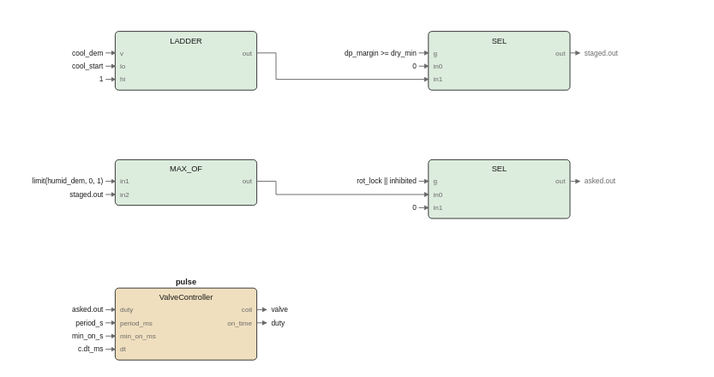
Before: images/logic/skirt_fbd.drawio.svg, a diagram exported from draw.io (pstch/botanik2). Source tidied: cells renumbered, new cells last; positions are measured from the earlier drawing's top-left corner, leaving out a move shared by most shapes.
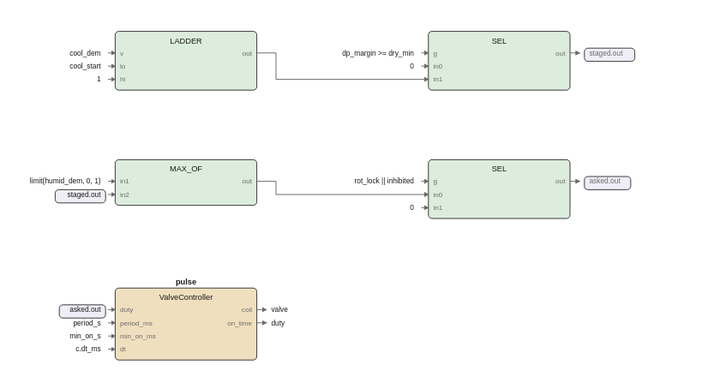
Above is the later version.

The edit, as a diff of the source:
```diff
@@ -98,178 +98,169 @@
     <mxCell id="33" value="on_time" style="text;html=1;whiteSpace=nowrap;fontSize=6;fontColor=#6b6b6b;align=right;verticalAlign=middle;" parent="1" vertex="1">
       <mxGeometry x="174.7" y="238.6" width="26.3" height="9.8" as="geometry" />
     </mxCell>
-    <mxCell id="34" style="edgeStyle=none;html=1;strokeColor=#6b6b6b;endArrow=block;" parent="1" edge="1">
+    <mxCell id="34" style="edgeStyle=none;html=1;strokeColor=#6b6b6b;endArrow=block;exitX=1;exitY=0.3;exitDx=0;exitDy=0;" parent="1" edge="1" source="25">
       <mxGeometry relative="1" as="geometry">
-        <mxPoint x="205" y="232" as="sourcePoint" />
         <mxPoint x="213" y="232" as="targetPoint" />
       </mxGeometry>
     </mxCell>
     <mxCell id="35" value="valve" style="text;html=1;whiteSpace=nowrap;fontSize=6;fontColor=#1a1a1a;align=left;verticalAlign=middle;" parent="1" vertex="1">
       <mxGeometry x="217" y="227.5" width="20.5" height="10" as="geometry" />
     </mxCell>
-    <mxCell id="36" style="edgeStyle=none;html=1;strokeColor=#6b6b6b;endArrow=block;" parent="1" edge="1">
+    <mxCell id="36" style="edgeStyle=none;html=1;strokeColor=#6b6b6b;endArrow=block;exitX=1;exitY=0.4833;exitDx=0;exitDy=0;" parent="1" edge="1" source="25">
       <mxGeometry relative="1" as="geometry">
-        <mxPoint x="205" y="243" as="sourcePoint" />
         <mxPoint x="213" y="243" as="targetPoint" />
       </mxGeometry>
     </mxCell>
     <mxCell id="37" value="duty" style="text;html=1;whiteSpace=nowrap;fontSize=6;fontColor=#1a1a1a;align=left;verticalAlign=middle;" parent="1" vertex="1">
       <mxGeometry x="217" y="238.5" width="20" height="10" as="geometry" />
     </mxCell>
-    <mxCell id="38" style="edgeStyle=none;html=1;strokeColor=#6b6b6b;endArrow=block;" parent="1" edge="1">
+    <mxCell id="38" style="edgeStyle=none;html=1;strokeColor=#6b6b6b;endArrow=block;exitX=1;exitY=0.3673;exitDx=0;exitDy=0;" parent="1" edge="1" source="19">
       <mxGeometry relative="1" as="geometry">
-        <mxPoint x="466" y="125" as="sourcePoint" />
         <mxPoint x="474" y="125" as="targetPoint" />
       </mxGeometry>
     </mxCell>
-    <mxCell id="39" value="asked.out" style="text;html=1;whiteSpace=nowrap;fontSize=6;fontColor=#6b6b6b;align=left;verticalAlign=middle;" parent="1" vertex="1">
-      <mxGeometry x="478" y="120.5" width="33.7" height="10" as="geometry" />
+    <mxCell id="39" style="rounded=1;fillColor=#efeef6;strokeColor=#1a1a1a;whiteSpace=wrap;html=1;fontSize=8;" parent="1" vertex="1">
+      <mxGeometry x="478" y="121" width="38.6" height="11" as="geometry" />
     </mxCell>
-    <mxCell id="40" style="edgeStyle=none;html=1;strokeColor=#6b6b6b;endArrow=block;" parent="1" edge="1">
-      <mxGeometry relative="1" as="geometry">
-        <mxPoint x="466" y="18" as="sourcePoint" />
-        <mxPoint x="474" y="18" as="targetPoint" />
-      </mxGeometry>
-    </mxCell>
+    <mxCell id="62" value="asked.out" style="text;html=1;whiteSpace=nowrap;fontSize=6;fontColor=#6b6b6b;align=left;verticalAlign=middle;" parent="1" vertex="1">
+      <mxGeometry x="482" y="120.5" width="33.7" height="10" as="geometry" />
+    </mxCell>
+    <mxCell id="70" style="edgeStyle=none;html=1;strokeColor=#6b6b6b;endArrow=block;exitX=1;exitY=0.3673;exitDx=0;exitDy=0;" parent="1" edge="1" source="8">
+      <mxGeometry relative="1" as="geometry">
+        <mxPoint x="474" y="18" as="targetPoint" />
+      </mxGeometry>
+    </mxCell>
+    <mxCell id="71" style="rounded=1;fillColor=#efeef6;strokeColor=#1a1a1a;whiteSpace=wrap;html=1;fontSize=8;" parent="1" vertex="1">
+      <mxGeometry x="478" y="14" width="42" height="11" as="geometry" />
+    </mxCell>
     <mxCell id="41" value="staged.out" style="text;html=1;whiteSpace=nowrap;fontSize=6;fontColor=#6b6b6b;align=left;verticalAlign=middle;" parent="1" vertex="1">
-      <mxGeometry x="478" y="13.5" width="37" height="10" as="geometry" />
+      <mxGeometry x="482" y="13.5" width="37" height="10" as="geometry" />
     </mxCell>
-    <mxCell id="42" style="edgeStyle=none;html=1;strokeColor=#6b6b6b;endArrow=block;" parent="1" edge="1">
-      <mxGeometry relative="1" as="geometry">
-        <mxPoint x="205" y="18" as="sourcePoint" />
-        <mxPoint x="348" y="40" as="targetPoint" />
-        <Array as="points">
-          <mxPoint x="221" y="18" />
-          <mxPoint x="221" y="40" />
-        </Array>
-      </mxGeometry>
-    </mxCell>
-    <mxCell id="43" style="edgeStyle=none;html=1;strokeColor=#6b6b6b;endArrow=block;" parent="1" edge="1">
-      <mxGeometry relative="1" as="geometry">
-        <mxPoint x="205" y="125" as="sourcePoint" />
-        <mxPoint x="348" y="136" as="targetPoint" />
-        <Array as="points">
-          <mxPoint x="221" y="125" />
-          <mxPoint x="221" y="136" />
-        </Array>
-      </mxGeometry>
-    </mxCell>
-    <mxCell id="44" value="cool_dem" style="text;html=1;whiteSpace=nowrap;fontSize=6;fontColor=#1a1a1a;align=right;verticalAlign=middle;" parent="1" vertex="1">
-      <mxGeometry x="46.6" y="13.5" width="30.4" height="10" as="geometry" />
-    </mxCell>
+    <mxCell id="72" style="edgeStyle=none;html=1;strokeColor=#6b6b6b;endArrow=block;exitX=1;exitY=0.3673;exitDx=0;exitDy=0;entryX=0;entryY=0.8163;entryDx=0;entryDy=0;" parent="1" edge="1" source="2" target="8">
+      <mxGeometry relative="1" as="geometry">
+        <Array as="points">
+          <mxPoint x="221" y="18" />
+          <mxPoint x="221" y="40" />
+        </Array>
+      </mxGeometry>
+    </mxCell>
-    <mxCell id="45" style="edgeStyle=none;html=1;strokeColor=#6b6b6b;endArrow=block;" parent="1" edge="1">
+    <mxCell id="45" style="edgeStyle=none;html=1;strokeColor=#6b6b6b;endArrow=block;exitX=1;exitY=0.4737;exitDx=0;exitDy=0;entryX=0;entryY=0.5918;entryDx=0;entryDy=0;" parent="1" edge="1" source="14" target="19">
       <mxGeometry relative="1" as="geometry">
-        <mxPoint x="79" y="18" as="sourcePoint" />
-        <mxPoint x="87" y="18" as="targetPoint" />
+        <Array as="points">
+          <mxPoint x="221" y="125" />
+          <mxPoint x="221" y="136" />
+        </Array>
       </mxGeometry>
     </mxCell>
-    <mxCell id="46" value="cool_start" style="text;html=1;whiteSpace=nowrap;fontSize=6;fontColor=#1a1a1a;align=right;verticalAlign=middle;" parent="1" vertex="1">
-      <mxGeometry x="40" y="24.5" width="37" height="10" as="geometry" />
+    <mxCell id="46" value="cool_dem" style="text;html=1;whiteSpace=nowrap;fontSize=6;fontColor=#1a1a1a;align=right;verticalAlign=middle;" parent="1" vertex="1">
+      <mxGeometry x="44.6" y="13.5" width="30.4" height="10" as="geometry" />
     </mxCell>
-    <mxCell id="47" style="edgeStyle=none;html=1;strokeColor=#6b6b6b;endArrow=block;" parent="1" edge="1">
+    <mxCell id="47" style="edgeStyle=none;html=1;strokeColor=#6b6b6b;endArrow=block;entryX=0;entryY=0.3673;entryDx=0;entryDy=0;" parent="1" edge="1" target="2">
       <mxGeometry relative="1" as="geometry">
-        <mxPoint x="79" y="29" as="sourcePoint" />
-        <mxPoint x="87" y="29" as="targetPoint" />
+        <mxPoint x="81" y="18" as="sourcePoint" />
       </mxGeometry>
     </mxCell>
-    <mxCell id="48" value="1" style="text;html=1;whiteSpace=nowrap;fontSize=6;fontColor=#1a1a1a;align=right;verticalAlign=middle;" parent="1" vertex="1">
-      <mxGeometry x="57" y="35.5" width="20" height="10" as="geometry" />
+    <mxCell id="48" value="cool_start" style="text;html=1;whiteSpace=nowrap;fontSize=6;fontColor=#1a1a1a;align=right;verticalAlign=middle;" parent="1" vertex="1">
+      <mxGeometry x="38" y="24.5" width="37" height="10" as="geometry" />
     </mxCell>
-    <mxCell id="49" style="edgeStyle=none;html=1;strokeColor=#6b6b6b;endArrow=block;" parent="1" edge="1">
+    <mxCell id="49" style="edgeStyle=none;html=1;strokeColor=#6b6b6b;endArrow=block;entryX=0;entryY=0.5918;entryDx=0;entryDy=0;" parent="1" edge="1" target="2">
       <mxGeometry relative="1" as="geometry">
-        <mxPoint x="79" y="40" as="sourcePoint" />
-        <mxPoint x="87" y="40" as="targetPoint" />
+        <mxPoint x="81" y="29" as="sourcePoint" />
       </mxGeometry>
     </mxCell>
-    <mxCell id="50" value="dp_margin &gt;= dry_min" style="text;html=1;whiteSpace=nowrap;fontSize=6;fontColor=#1a1a1a;align=right;verticalAlign=middle;" parent="1" vertex="1">
-      <mxGeometry x="268" y="13.5" width="70" height="10" as="geometry" />
+    <mxCell id="50" value="1" style="text;html=1;whiteSpace=nowrap;fontSize=6;fontColor=#1a1a1a;align=right;verticalAlign=middle;" parent="1" vertex="1">
+      <mxGeometry x="55" y="35.5" width="20" height="10" as="geometry" />
     </mxCell>
-    <mxCell id="51" style="edgeStyle=none;html=1;strokeColor=#6b6b6b;endArrow=block;" parent="1" edge="1">
+    <mxCell id="51" style="edgeStyle=none;html=1;strokeColor=#6b6b6b;endArrow=block;entryX=0;entryY=0.8163;entryDx=0;entryDy=0;" parent="1" edge="1" target="2">
       <mxGeometry relative="1" as="geometry">
-        <mxPoint x="340" y="18" as="sourcePoint" />
-        <mxPoint x="348" y="18" as="targetPoint" />
+        <mxPoint x="81" y="40" as="sourcePoint" />
       </mxGeometry>
     </mxCell>
-    <mxCell id="52" value="0" style="text;html=1;whiteSpace=nowrap;fontSize=6;fontColor=#1a1a1a;align=right;verticalAlign=middle;" parent="1" vertex="1">
-      <mxGeometry x="318" y="24.5" width="20" height="10" as="geometry" />
+    <mxCell id="52" value="dp_margin &gt;= dry_min" style="text;html=1;whiteSpace=nowrap;fontSize=6;fontColor=#1a1a1a;align=right;verticalAlign=middle;" parent="1" vertex="1">
+      <mxGeometry x="266" y="13.5" width="70" height="10" as="geometry" />
     </mxCell>
-    <mxCell id="53" style="edgeStyle=none;html=1;strokeColor=#6b6b6b;endArrow=block;" parent="1" edge="1">
+    <mxCell id="53" style="edgeStyle=none;html=1;strokeColor=#6b6b6b;endArrow=block;entryX=0;entryY=0.3673;entryDx=0;entryDy=0;" parent="1" edge="1" target="8">
       <mxGeometry relative="1" as="geometry">
-        <mxPoint x="340" y="29" as="sourcePoint" />
-        <mxPoint x="348" y="29" as="targetPoint" />
+        <mxPoint x="342" y="18" as="sourcePoint" />
       </mxGeometry>
     </mxCell>
-    <mxCell id="54" value="limit(humid_dem, 0, 1)" style="text;html=1;whiteSpace=nowrap;fontSize=6;fontColor=#1a1a1a;align=right;verticalAlign=middle;" parent="1" vertex="1">
-      <mxGeometry x="0.4" y="120.5" width="76.6" height="10" as="geometry" />
+    <mxCell id="54" value="0" style="text;html=1;whiteSpace=nowrap;fontSize=6;fontColor=#1a1a1a;align=right;verticalAlign=middle;" parent="1" vertex="1">
+      <mxGeometry x="316" y="24.5" width="20" height="10" as="geometry" />
     </mxCell>
-    <mxCell id="55" style="edgeStyle=none;html=1;strokeColor=#6b6b6b;endArrow=block;" parent="1" edge="1">
+    <mxCell id="55" style="edgeStyle=none;html=1;strokeColor=#6b6b6b;endArrow=block;entryX=0;entryY=0.5918;entryDx=0;entryDy=0;" parent="1" edge="1" target="8">
       <mxGeometry relative="1" as="geometry">
-        <mxPoint x="79" y="125" as="sourcePoint" />
-        <mxPoint x="87" y="125" as="targetPoint" />
+        <mxPoint x="342" y="29" as="sourcePoint" />
       </mxGeometry>
     </mxCell>
-    <mxCell id="56" value="staged.out" style="text;html=1;whiteSpace=nowrap;fontSize=6;fontColor=#1a1a1a;align=right;verticalAlign=middle;" parent="1" vertex="1">
-      <mxGeometry x="40" y="131.5" width="37" height="10" as="geometry" />
+    <mxCell id="56" value="limit(humid_dem, 0, 1)" style="text;html=1;whiteSpace=nowrap;fontSize=6;fontColor=#1a1a1a;align=right;verticalAlign=middle;" parent="1" vertex="1">
+      <mxGeometry x="-1.6" y="120.5" width="76.6" height="10" as="geometry" />
     </mxCell>
-    <mxCell id="57" style="edgeStyle=none;html=1;strokeColor=#6b6b6b;endArrow=block;" parent="1" edge="1">
+    <mxCell id="57" style="edgeStyle=none;html=1;strokeColor=#6b6b6b;endArrow=block;entryX=0;entryY=0.4737;entryDx=0;entryDy=0;" parent="1" edge="1" target="14">
       <mxGeometry relative="1" as="geometry">
-        <mxPoint x="79" y="136" as="sourcePoint" />
-        <mxPoint x="87" y="136" as="targetPoint" />
+        <mxPoint x="81" y="125" as="sourcePoint" />
       </mxGeometry>
     </mxCell>
-    <mxCell id="58" value="rot_lock || inhibited" style="text;html=1;whiteSpace=nowrap;fontSize=6;fontColor=#1a1a1a;align=right;verticalAlign=middle;" parent="1" vertex="1">
-      <mxGeometry x="264.7" y="120.5" width="73.3" height="10" as="geometry" />
+    <mxCell id="58" style="rounded=1;fillColor=#efeef6;strokeColor=#1a1a1a;whiteSpace=wrap;html=1;fontSize=8;" parent="1" vertex="1">
+      <mxGeometry x="37" y="132" width="42" height="11" as="geometry" />
     </mxCell>
-    <mxCell id="59" style="edgeStyle=none;html=1;strokeColor=#6b6b6b;endArrow=block;" parent="1" edge="1">
-      <mxGeometry relative="1" as="geometry">
-        <mxPoint x="340" y="125" as="sourcePoint" />
-        <mxPoint x="348" y="125" as="targetPoint" />
-      </mxGeometry>
-    </mxCell>
+    <mxCell id="73" value="staged.out" style="text;html=1;whiteSpace=nowrap;fontSize=6;fontColor=#1a1a1a;align=right;verticalAlign=middle;" parent="1" vertex="1">
+      <mxGeometry x="38" y="131.5" width="37" height="10" as="geometry" />
+    </mxCell>
+    <mxCell id="74" style="edgeStyle=none;html=1;strokeColor=#6b6b6b;endArrow=block;entryX=0;entryY=0.7632;entryDx=0;entryDy=0;" parent="1" edge="1" target="14">
+      <mxGeometry relative="1" as="geometry">
+        <mxPoint x="81" y="136" as="sourcePoint" />
+      </mxGeometry>
+    </mxCell>
+    <mxCell id="75" value="rot_lock || inhibited" style="text;html=1;whiteSpace=nowrap;fontSize=6;fontColor=#1a1a1a;align=right;verticalAlign=middle;" parent="1" vertex="1">
+      <mxGeometry x="262.7" y="120.5" width="73.3" height="10" as="geometry" />
+    </mxCell>
+    <mxCell id="76" style="edgeStyle=none;html=1;strokeColor=#6b6b6b;endArrow=block;entryX=0;entryY=0.3673;entryDx=0;entryDy=0;" parent="1" edge="1" target="19">
+      <mxGeometry relative="1" as="geometry">
+        <mxPoint x="342" y="125" as="sourcePoint" />
+      </mxGeometry>
+    </mxCell>
     <mxCell id="60" value="0" style="text;html=1;whiteSpace=nowrap;fontSize=6;fontColor=#1a1a1a;align=right;verticalAlign=middle;" parent="1" vertex="1">
-      <mxGeometry x="318" y="142.5" width="20" height="10" as="geometry" />
+      <mxGeometry x="316" y="142.5" width="20" height="10" as="geometry" />
     </mxCell>
-    <mxCell id="61" style="edgeStyle=none;html=1;strokeColor=#6b6b6b;endArrow=block;" parent="1" edge="1">
-      <mxGeometry relative="1" as="geometry">
-        <mxPoint x="340" y="147" as="sourcePoint" />
-        <mxPoint x="348" y="147" as="targetPoint" />
-      </mxGeometry>
-    </mxCell>
-    <mxCell id="62" value="asked.out" style="text;html=1;whiteSpace=nowrap;fontSize=6;fontColor=#1a1a1a;align=right;verticalAlign=middle;" parent="1" vertex="1">
-      <mxGeometry x="43.3" y="227.5" width="33.7" height="10" as="geometry" />
-    </mxCell>
-    <mxCell id="63" style="edgeStyle=none;html=1;strokeColor=#6b6b6b;endArrow=block;" parent="1" edge="1">
-      <mxGeometry relative="1" as="geometry">
-        <mxPoint x="79" y="232" as="sourcePoint" />
-        <mxPoint x="87" y="232" as="targetPoint" />
-      </mxGeometry>
-    </mxCell>
-    <mxCell id="64" value="period_s" style="text;html=1;whiteSpace=nowrap;fontSize=6;fontColor=#1a1a1a;align=right;verticalAlign=middle;" parent="1" vertex="1">
-      <mxGeometry x="46.6" y="238.5" width="30.4" height="10" as="geometry" />
-    </mxCell>
-    <mxCell id="65" style="edgeStyle=none;html=1;strokeColor=#6b6b6b;endArrow=block;" parent="1" edge="1">
-      <mxGeometry relative="1" as="geometry">
-        <mxPoint x="79" y="243" as="sourcePoint" />
-        <mxPoint x="87" y="243" as="targetPoint" />
-      </mxGeometry>
-    </mxCell>
+    <mxCell id="77" style="edgeStyle=none;html=1;strokeColor=#6b6b6b;endArrow=block;entryX=0;entryY=0.8163;entryDx=0;entryDy=0;" parent="1" edge="1" target="19">
+      <mxGeometry relative="1" as="geometry">
+        <mxPoint x="342" y="147" as="sourcePoint" />
+      </mxGeometry>
+    </mxCell>
+    <mxCell id="78" style="rounded=1;fillColor=#efeef6;strokeColor=#1a1a1a;whiteSpace=wrap;html=1;fontSize=8;" parent="1" vertex="1">
+      <mxGeometry x="40.4" y="228" width="38.6" height="11" as="geometry" />
+    </mxCell>
-    <mxCell id="66" value="min_on_s" style="text;html=1;whiteSpace=nowrap;fontSize=6;fontColor=#1a1a1a;align=right;verticalAlign=middle;" parent="1" vertex="1">
-      <mxGeometry x="46.6" y="249.5" width="30.4" height="10" as="geometry" />
+    <mxCell id="66" value="asked.out" style="text;html=1;whiteSpace=nowrap;fontSize=6;fontColor=#1a1a1a;align=right;verticalAlign=middle;" parent="1" vertex="1">
+      <mxGeometry x="41.3" y="227.5" width="33.7" height="10" as="geometry" />
     </mxCell>
-    <mxCell id="67" style="edgeStyle=none;html=1;strokeColor=#6b6b6b;endArrow=block;" parent="1" edge="1">
+    <mxCell id="67" style="edgeStyle=none;html=1;strokeColor=#6b6b6b;endArrow=block;entryX=0;entryY=0.3;entryDx=0;entryDy=0;" parent="1" edge="1" target="25">
       <mxGeometry relative="1" as="geometry">
-        <mxPoint x="79" y="254" as="sourcePoint" />
-        <mxPoint x="87" y="254" as="targetPoint" />
+        <mxPoint x="81" y="232" as="sourcePoint" />
       </mxGeometry>
     </mxCell>
-    <mxCell id="68" value="c.dt_ms" style="text;html=1;whiteSpace=nowrap;fontSize=6;fontColor=#1a1a1a;align=right;verticalAlign=middle;" parent="1" vertex="1">
-      <mxGeometry x="49.9" y="260.5" width="27.1" height="10" as="geometry" />
+    <mxCell id="68" value="period_s" style="text;html=1;whiteSpace=nowrap;fontSize=6;fontColor=#1a1a1a;align=right;verticalAlign=middle;" parent="1" vertex="1">
+      <mxGeometry x="44.6" y="238.5" width="30.4" height="10" as="geometry" />
     </mxCell>
-    <mxCell id="69" style="edgeStyle=none;html=1;strokeColor=#6b6b6b;endArrow=block;" parent="1" edge="1">
+    <mxCell id="69" style="edgeStyle=none;html=1;strokeColor=#6b6b6b;endArrow=block;entryX=0;entryY=0.4833;entryDx=0;entryDy=0;" parent="1" edge="1" target="25">
       <mxGeometry relative="1" as="geometry">
-        <mxPoint x="79" y="265" as="sourcePoint" />
-        <mxPoint x="87" y="265" as="targetPoint" />
+        <mxPoint x="81" y="243" as="sourcePoint" />
       </mxGeometry>
     </mxCell>
+    <mxCell id="79" value="min_on_s" style="text;html=1;whiteSpace=nowrap;fontSize=6;fontColor=#1a1a1a;align=right;verticalAlign=middle;" parent="1" vertex="1">
+      <mxGeometry x="44.6" y="249.5" width="30.4" height="10" as="geometry" />
+    </mxCell>
+    <mxCell id="80" style="edgeStyle=none;html=1;strokeColor=#6b6b6b;endArrow=block;entryX=0;entryY=0.6667;entryDx=0;entryDy=0;" parent="1" edge="1" target="25">
+      <mxGeometry relative="1" as="geometry">
+        <mxPoint x="81" y="254" as="sourcePoint" />
+      </mxGeometry>
+    </mxCell>
+    <mxCell id="81" value="c.dt_ms" style="text;html=1;whiteSpace=nowrap;fontSize=6;fontColor=#1a1a1a;align=right;verticalAlign=middle;" parent="1" vertex="1">
+      <mxGeometry x="47.9" y="260.5" width="27.1" height="10" as="geometry" />
+    </mxCell>
+    <mxCell id="82" style="edgeStyle=none;html=1;strokeColor=#6b6b6b;endArrow=block;entryX=0;entryY=0.85;entryDx=0;entryDy=0;" parent="1" edge="1" target="25">
+      <mxGeometry relative="1" as="geometry">
+        <mxPoint x="81" y="265" as="sourcePoint" />
+      </mxGeometry>
+    </mxCell>
   </root>
 </mxGraphModel>
```
